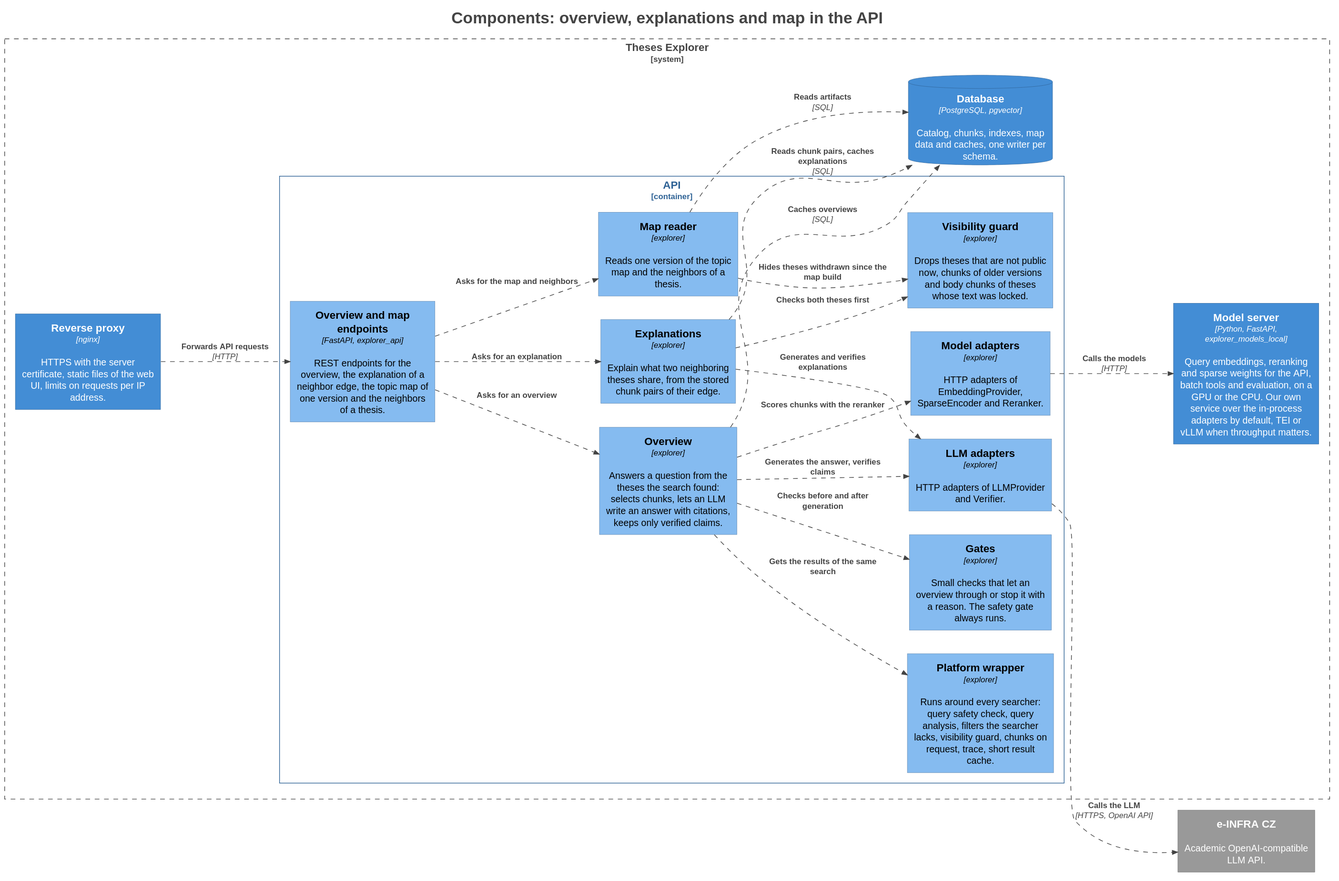
This is docs/diagrams/components-overview.svg from dracekmartin/cuni-theses-explorer, a PlantUML export, as it was before one commit. Source of this version:
```plantuml
@startuml
title <size:24>Components: overview, explanations and map in the API</size>

set separator none
left to right direction

<style>
  root {
    BackgroundColor: #ffffff
    FontColor: #444444
  }
</style>

!include <C4/C4>
!include <C4/C4_Context>
!include <C4/C4_Container>
!include <C4/C4_Component>

AddElementTag("Component", $bgColor="#85bbf0", $borderColor="#5d82a8", $fontColor="#000000", $sprite="", $shadowing="", $borderStyle="solid")
AddElementTag("Container,Database", $bgColor="#438dd5", $borderColor="#2e6295", $fontColor="#ffffff", $sprite="", $shadowing="", $borderStyle="solid")
AddElementTag("Container", $bgColor="#438dd5", $borderColor="#2e6295", $fontColor="#ffffff", $sprite="", $shadowing="", $borderStyle="solid")
AddElementTag("Software System,External", $bgColor="#999999", $borderColor="#6b6b6b", $fontColor="#ffffff", $sprite="", $shadowing="", $borderStyle="solid")

AddRelTag("Relationship", $textColor="#444444", $lineColor="#444444", $lineStyle = DashedLine())

AddBoundaryTag("Container", $bgColor="#ffffff", $borderColor="#2e6295", $fontColor="#2e6295", $shadowing="", $borderStyle="solid")

System(eINFRACZ, "e-INFRA CZ", $descr="Academic OpenAI-compatible LLM API.", $tags="Software System,External", $link="")

System_Boundary("ThesesExplorer_boundary", "Theses Explorer", $tags="Software System") {
  Container_Boundary("ThesesExplorer.API_boundary", "API", $tags="Container") {
    Component(ThesesExplorer.API.Platformwrapper, "Platform wrapper", $techn="explorer", $descr="Runs around every searcher: query safety check, query analysis, filters the searcher lacks, visibility guard, chunks on request, trace, short result cache.", $tags="Component", $link="")
    Component(ThesesExplorer.API.Visibilityguard, "Visibility guard", $techn="explorer", $descr="Drops theses that are not public now, chunks of older versions and body chunks of theses whose text was locked.", $tags="Component", $link="")
    Component(ThesesExplorer.API.Modeladapters, "Model adapters", $techn="explorer", $descr="HTTP adapters of EmbeddingProvider, SparseEncoder and Reranker.", $tags="Component", $link="")
    Component(ThesesExplorer.API.Overviewandmapendpoints, "Overview and map endpoints", $techn="FastAPI, explorer_api", $descr="REST endpoints for the overview, the explanation of a neighbor edge, the topic map of one version and the neighbors of a thesis.", $tags="Component", $link="")
    Component(ThesesExplorer.API.Overview, "Overview", $techn="explorer", $descr="Answers a question from the theses the search found: selects chunks, lets an LLM write an answer with citations, keeps only verified claims.", $tags="Component", $link="")
    Component(ThesesExplorer.API.Gates, "Gates", $techn="explorer", $descr="Small checks that let an overview through or stop it with a reason. The safety gate always runs.", $tags="Component", $link="")
    Component(ThesesExplorer.API.Explanations, "Explanations", $techn="explorer", $descr="Explain what two neighboring theses share, from the stored chunk pairs of their edge.", $tags="Component", $link="")
    Component(ThesesExplorer.API.Mapreader, "Map reader", $techn="explorer", $descr="Reads one version of the topic map and the neighbors of a thesis.", $tags="Component", $link="")
    Component(ThesesExplorer.API.LLMadapters, "LLM adapters", $techn="explorer", $descr="HTTP adapters of LLMProvider and Verifier.", $tags="Component", $link="")
  }

  Container(ThesesExplorer.Modelserver, "Model server", $techn="Python, FastAPI, explorer_models_local", $descr="Query embeddings, reranking and sparse weights for the API, batch tools and evaluation, on a GPU or the CPU. Our own service over the in-process adapters by default, TEI or vLLM when throughput matters.", $tags="Container", $link="")
  ContainerDb(ThesesExplorer.Database, "Database", $techn="PostgreSQL, pgvector", $descr="Catalog, chunks, indexes, map data and caches, one writer per schema.", $tags="Container,Database", $link="")
  Container(ThesesExplorer.Reverseproxy, "Reverse proxy", $techn="nginx", $descr="HTTPS with the server certificate, static files of the web UI, limits on requests per IP address.", $tags="Container", $link="")
}

Rel(ThesesExplorer.API.Overviewandmapendpoints, ThesesExplorer.API.Mapreader, "Asks for the map and neighbors", $techn="", $tags="Relationship", $link="")
Rel(ThesesExplorer.API.Overview, ThesesExplorer.API.Platformwrapper, "Gets the results of the same search", $techn="", $tags="Relationship", $link="")
Rel(ThesesExplorer.API.Overview, ThesesExplorer.API.Gates, "Checks before and after generation", $techn="", $tags="Relationship", $link="")
Rel(ThesesExplorer.API.Overview, ThesesExplorer.API.Modeladapters, "Scores chunks with the reranker", $techn="", $tags="Relationship", $link="")
Rel(ThesesExplorer.API.Overview, ThesesExplorer.API.LLMadapters, "Generates the answer, verifies claims", $techn="", $tags="Relationship", $link="")
Rel(ThesesExplorer.API.Overview, ThesesExplorer.Database, "Caches overviews", $techn="SQL", $tags="Relationship", $link="")
Rel(ThesesExplorer.API.Explanations, ThesesExplorer.API.LLMadapters, "Generates and verifies explanations", $techn="", $tags="Relationship", $link="")
Rel(ThesesExplorer.API.Explanations, ThesesExplorer.Database, "Reads chunk pairs, caches explanations", $techn="SQL", $tags="Relationship", $link="")
Rel(ThesesExplorer.API.Mapreader, ThesesExplorer.Database, "Reads artifacts", $techn="SQL", $tags="Relationship", $link="")
Rel(ThesesExplorer.API.Mapreader, ThesesExplorer.API.Visibilityguard, "Hides theses withdrawn since the map build", $techn="", $tags="Relationship", $link="")
Rel(ThesesExplorer.API.Explanations, ThesesExplorer.API.Visibilityguard, "Checks both theses first", $techn="", $tags="Relationship", $link="")
Rel(ThesesExplorer.API.LLMadapters, eINFRACZ, "Calls the LLM", $techn="HTTPS, OpenAI API", $tags="Relationship", $link="")
Rel(ThesesExplorer.API.Modeladapters, ThesesExplorer.Modelserver, "Calls the models", $techn="HTTP", $tags="Relationship", $link="")
Rel(ThesesExplorer.Reverseproxy, ThesesExplorer.API.Overviewandmapendpoints, "Forwards API requests", $techn="HTTP", $tags="Relationship", $link="")
Rel(ThesesExplorer.API.Overviewandmapendpoints, ThesesExplorer.API.Overview, "Asks for an overview", $techn="", $tags="Relationship", $link="")
Rel(ThesesExplorer.API.Overviewandmapendpoints, ThesesExplorer.API.Explanations, "Asks for an explanation", $techn="", $tags="Relationship", $link="")

hide stereotypes
@enduml
```
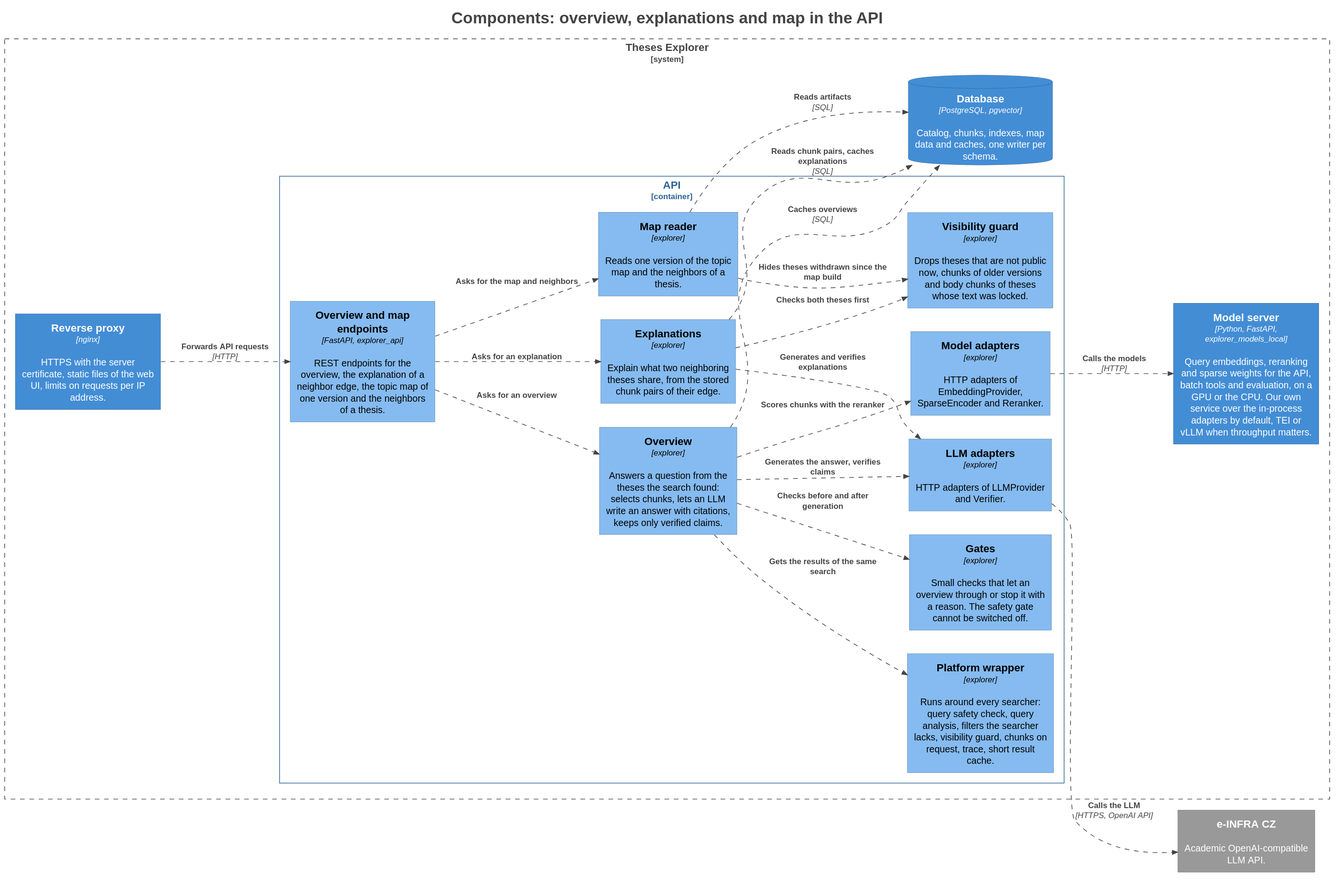
After the change.

Commit message:
docs: runtime views and decisions table of the architecture

The edit, as a diff of the source:
```diff
@@ -34,7 +34,7 @@
     Component(ThesesExplorer.API.Modeladapters, "Model adapters", $techn="explorer", $descr="HTTP adapters of EmbeddingProvider, SparseEncoder and Reranker.", $tags="Component", $link="")
     Component(ThesesExplorer.API.Overviewandmapendpoints, "Overview and map endpoints", $techn="FastAPI, explorer_api", $descr="REST endpoints for the overview, the explanation of a neighbor edge, the topic map of one version and the neighbors of a thesis.", $tags="Component", $link="")
     Component(ThesesExplorer.API.Overview, "Overview", $techn="explorer", $descr="Answers a question from the theses the search found: selects chunks, lets an LLM write an answer with citations, keeps only verified claims.", $tags="Component", $link="")
-    Component(ThesesExplorer.API.Gates, "Gates", $techn="explorer", $descr="Small checks that let an overview through or stop it with a reason. The safety gate always runs.", $tags="Component", $link="")
+    Component(ThesesExplorer.API.Gates, "Gates", $techn="explorer", $descr="Small checks that let an overview through or stop it with a reason. The safety gate cannot be switched off.", $tags="Component", $link="")
     Component(ThesesExplorer.API.Explanations, "Explanations", $techn="explorer", $descr="Explain what two neighboring theses share, from the stored chunk pairs of their edge.", $tags="Component", $link="")
     Component(ThesesExplorer.API.Mapreader, "Map reader", $techn="explorer", $descr="Reads one version of the topic map and the neighbors of a thesis.", $tags="Component", $link="")
     Component(ThesesExplorer.API.LLMadapters, "LLM adapters", $techn="explorer", $descr="HTTP adapters of LLMProvider and Verifier.", $tags="Component", $link="")
```
